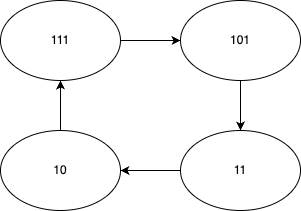
ALLENYGY/ALLENYGY.github.io keeps this draw.io diagram as NOTE/CO/Assinment/AS2/StateDiagram-2.png. Above is the earlier version. Source tidied: cells renumbered, new cells last; positions are measured from the earlier drawing's top-left corner, leaving out a move shared by most shapes.
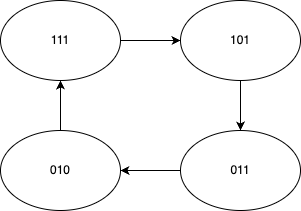
The same diagram one commit later.

What changed in the source:
```diff
@@ -11,13 +11,13 @@
     <mxCell id="4" style="edgeStyle=none;html=1;exitX=0.5;exitY=0;exitDx=0;exitDy=0;entryX=0.5;entryY=1;entryDx=0;entryDy=0;fontFamily=Helvetica;fontSize=12;fontColor=default;" parent="1" edge="1" source="5" target="3">
       <mxGeometry relative="1" as="geometry" />
     </mxCell>
-    <mxCell id="5" value="10" style="ellipse;whiteSpace=wrap;html=1;" parent="1" vertex="1">
+    <mxCell id="5" value="010" style="ellipse;whiteSpace=wrap;html=1;" parent="1" vertex="1">
       <mxGeometry y="130" width="120" height="80" as="geometry" />
     </mxCell>
     <mxCell id="6" style="edgeStyle=none;html=1;fontFamily=Helvetica;fontSize=12;fontColor=default;" parent="1" edge="1" source="7" target="5">
       <mxGeometry relative="1" as="geometry" />
     </mxCell>
-    <mxCell id="7" value="11" style="ellipse;whiteSpace=wrap;html=1;" parent="1" vertex="1">
+    <mxCell id="7" value="011" style="ellipse;whiteSpace=wrap;html=1;" parent="1" vertex="1">
       <mxGeometry x="180" y="130" width="120" height="80" as="geometry" />
     </mxCell>
     <mxCell id="8" style="edgeStyle=none;html=1;exitX=0.5;exitY=1;exitDx=0;exitDy=0;entryX=0.5;entryY=0;entryDx=0;entryDy=0;fontFamily=Helvetica;fontSize=12;fontColor=default;" parent="1" edge="1" source="9" target="7">
```
